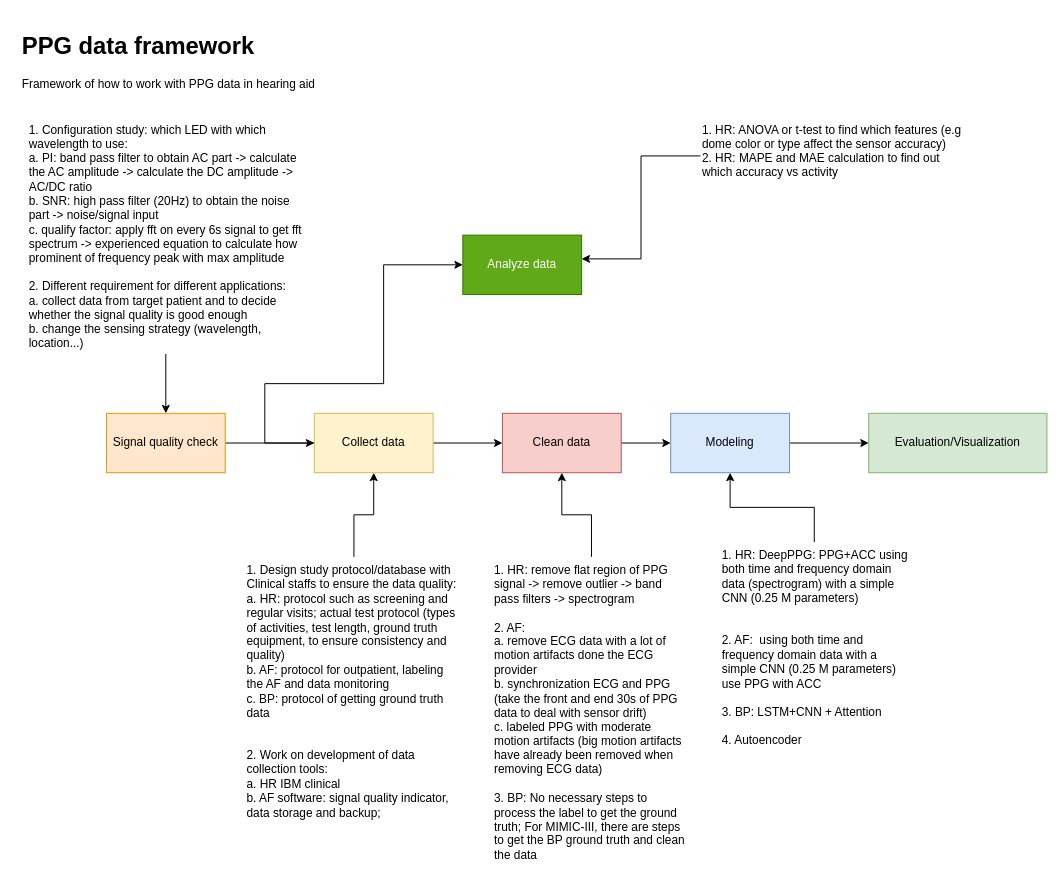
supertime1/PPG_DSP keeps this draw.io diagram as Data pipeline.drawio. Above is the earlier version. Source tidied: cells renumbered, new cells numbered last; positions are measured from the earlier drawing's top-left corner, leaving out a move shared by most shapes. Both pictures are drawn from the tidied source at 99%, with x=0, y=0 at pixel (17, 27).
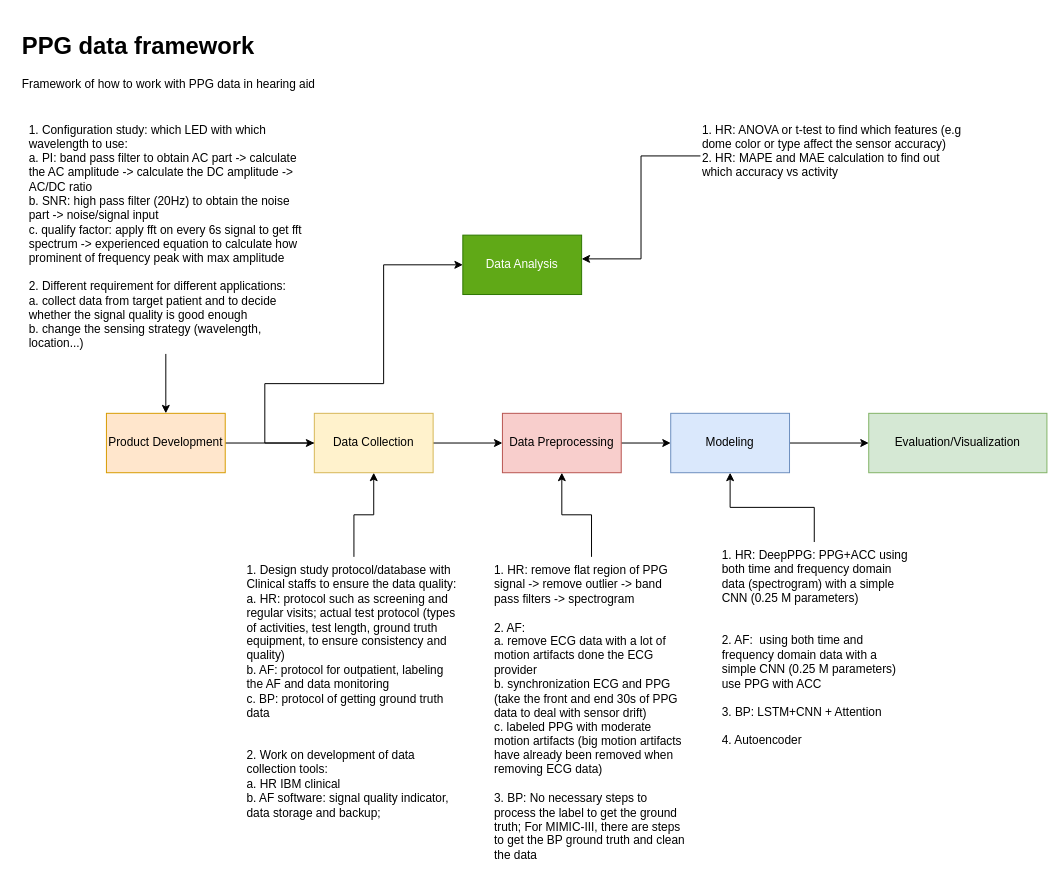
The same diagram, later.

Change to the diagram source:
```diff
@@
-    <mxCell id="4" value="Collect data" style="rounded=0;whiteSpace=wrap;html=1;fillColor=#fff2cc;strokeColor=#d6b656;" parent="1" vertex="1">
+    <mxCell id="4" value="Data Collection" style="rounded=0;whiteSpace=wrap;html=1;fillColor=#fff2cc;strokeColor=#d6b656;" parent="1" vertex="1">
       <mxGeometry x="300" y="390" width="120" height="60" as="geometry" />
     </mxCell>
@@
-    <mxCell id="6" value="Clean data" style="rounded=0;whiteSpace=wrap;html=1;fillColor=#f8cecc;strokeColor=#b85450;" parent="1" vertex="1">
+    <mxCell id="6" value="Data Preprocessing" style="rounded=0;whiteSpace=wrap;html=1;fillColor=#f8cecc;strokeColor=#b85450;" parent="1" vertex="1">
       <mxGeometry x="490" y="390" width="120" height="60" as="geometry" />
     </mxCell>
-    <mxCell id="7" value="Analyze data" style="rounded=0;whiteSpace=wrap;html=1;fillColor=#60a917;strokeColor=#2D7600;fontColor=#ffffff;" parent="1" vertex="1">
+    <mxCell id="7" value="Data Analysis" style="rounded=0;whiteSpace=wrap;html=1;fillColor=#60a917;strokeColor=#2D7600;fontColor=#ffffff;" parent="1" vertex="1">
       <mxGeometry x="450" y="210" width="120" height="60" as="geometry" />
     </mxCell>
@@
-    <mxCell id="18" value="Signal quality check" style="rounded=0;whiteSpace=wrap;html=1;fillColor=#ffe6cc;strokeColor=#d79b00;" parent="1" vertex="1">
+    <mxCell id="18" value="Product Development" style="rounded=0;whiteSpace=wrap;html=1;fillColor=#ffe6cc;strokeColor=#d79b00;" parent="1" vertex="1">
       <mxGeometry x="90" y="390" width="120" height="60" as="geometry" />
     </mxCell>
```
